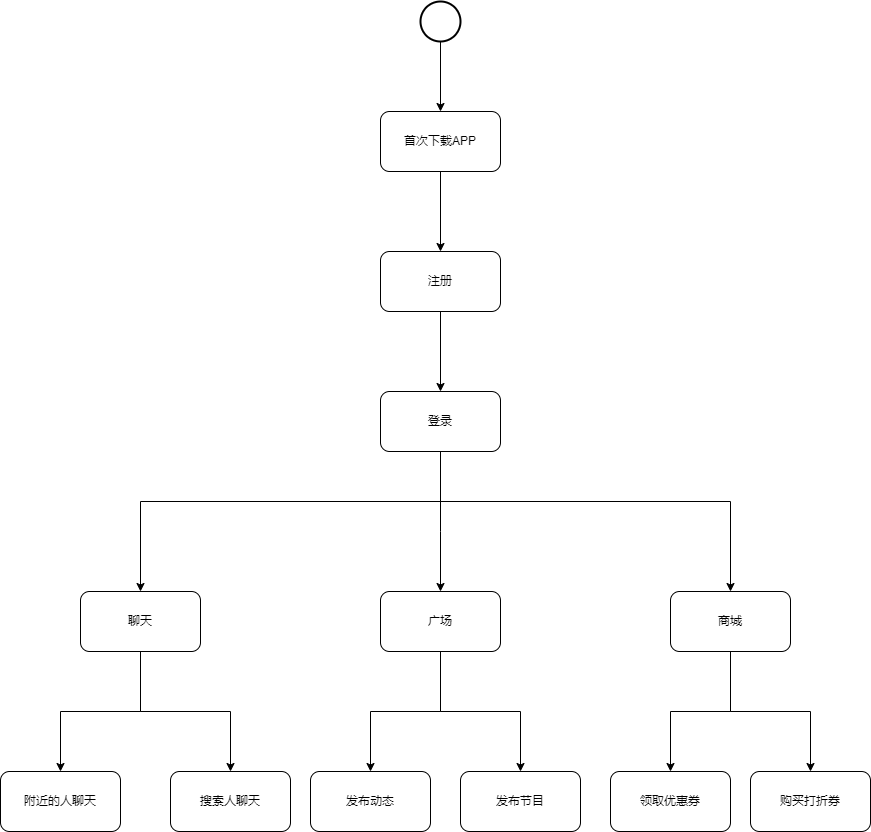
This is Untitled Diagram.drawio.png from suibianlx/business_architect, a draw.io export, as it was before one commit. Source tidied: cells renumbered, new cells last; positions are measured from the earlier drawing's top-left corner, leaving out a move shared by most shapes.
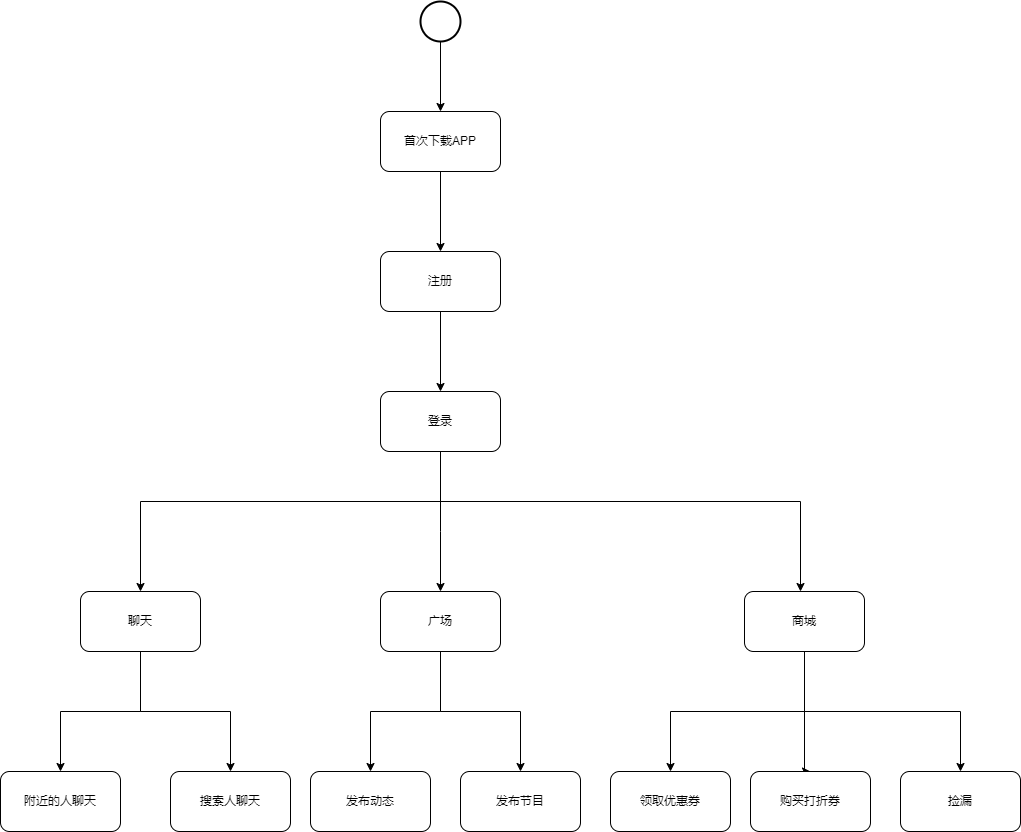
The same file after the commit.

What changed in the source:
```diff
@@ -32,7 +32,7 @@
       <mxGeometry relative="1" as="geometry">
         <Array as="points">
           <mxPoint x="440" y="500" />
-          <mxPoint x="730" y="500" />
+          <mxPoint x="800" y="500" />
         </Array>
       </mxGeometry>
     </mxCell>
@@ -63,13 +63,30 @@
       <mxGeometry x="380" y="590" width="120" height="60" as="geometry" />
     </mxCell>
     <mxCell id="17" style="edgeStyle=orthogonalEdgeStyle;rounded=0;jettySize=auto;html=1;entryX=0.5;entryY=0;entryDx=0;entryDy=0;" parent="1" edge="1" source="19" target="20">
-      <mxGeometry relative="1" as="geometry" />
+      <mxGeometry relative="1" as="geometry">
+        <Array as="points">
+          <mxPoint x="804" y="710" />
+          <mxPoint x="670" y="710" />
+        </Array>
+      </mxGeometry>
     </mxCell>
-    <mxCell id="18" style="edgeStyle=orthogonalEdgeStyle;rounded=0;jettySize=auto;html=1;" parent="1" edge="1" source="19" target="21">
-      <mxGeometry relative="1" as="geometry" />
+    <mxCell id="18" style="edgeStyle=orthogonalEdgeStyle;rounded=0;jettySize=auto;html=1;entryX=0.5;entryY=0;entryDx=0;entryDy=0;" parent="1" edge="1" source="19" target="21">
+      <mxGeometry relative="1" as="geometry">
+        <Array as="points">
+          <mxPoint x="804" y="770" />
+        </Array>
+      </mxGeometry>
     </mxCell>
+    <mxCell id="27" style="edgeStyle=orthogonalEdgeStyle;rounded=0;jettySize=auto;html=1;" parent="1" edge="1" source="19" target="28">
+      <mxGeometry relative="1" as="geometry">
+        <Array as="points">
+          <mxPoint x="804" y="710" />
+          <mxPoint x="960" y="710" />
+        </Array>
+      </mxGeometry>
+    </mxCell>
     <mxCell id="19" value="商城" style="rounded=1;whiteSpace=wrap;html=1;" parent="1" vertex="1">
-      <mxGeometry x="670" y="590" width="120" height="60" as="geometry" />
+      <mxGeometry x="744" y="590" width="120" height="60" as="geometry" />
     </mxCell>
     <mxCell id="20" value="领取优惠券" style="rounded=1;whiteSpace=wrap;html=1;" parent="1" vertex="1">
       <mxGeometry x="610" y="770" width="120" height="60" as="geometry" />
@@ -92,5 +109,8 @@
     <mxCell id="26" value="发布节目" style="rounded=1;whiteSpace=wrap;html=1;" parent="1" vertex="1">
       <mxGeometry x="460" y="770" width="120" height="60" as="geometry" />
     </mxCell>
+    <mxCell id="28" value="捡漏" style="rounded=1;whiteSpace=wrap;html=1;" parent="1" vertex="1">
+      <mxGeometry x="900" y="770" width="120" height="60" as="geometry" />
+    </mxCell>
   </root>
 </mxGraphModel>
```
